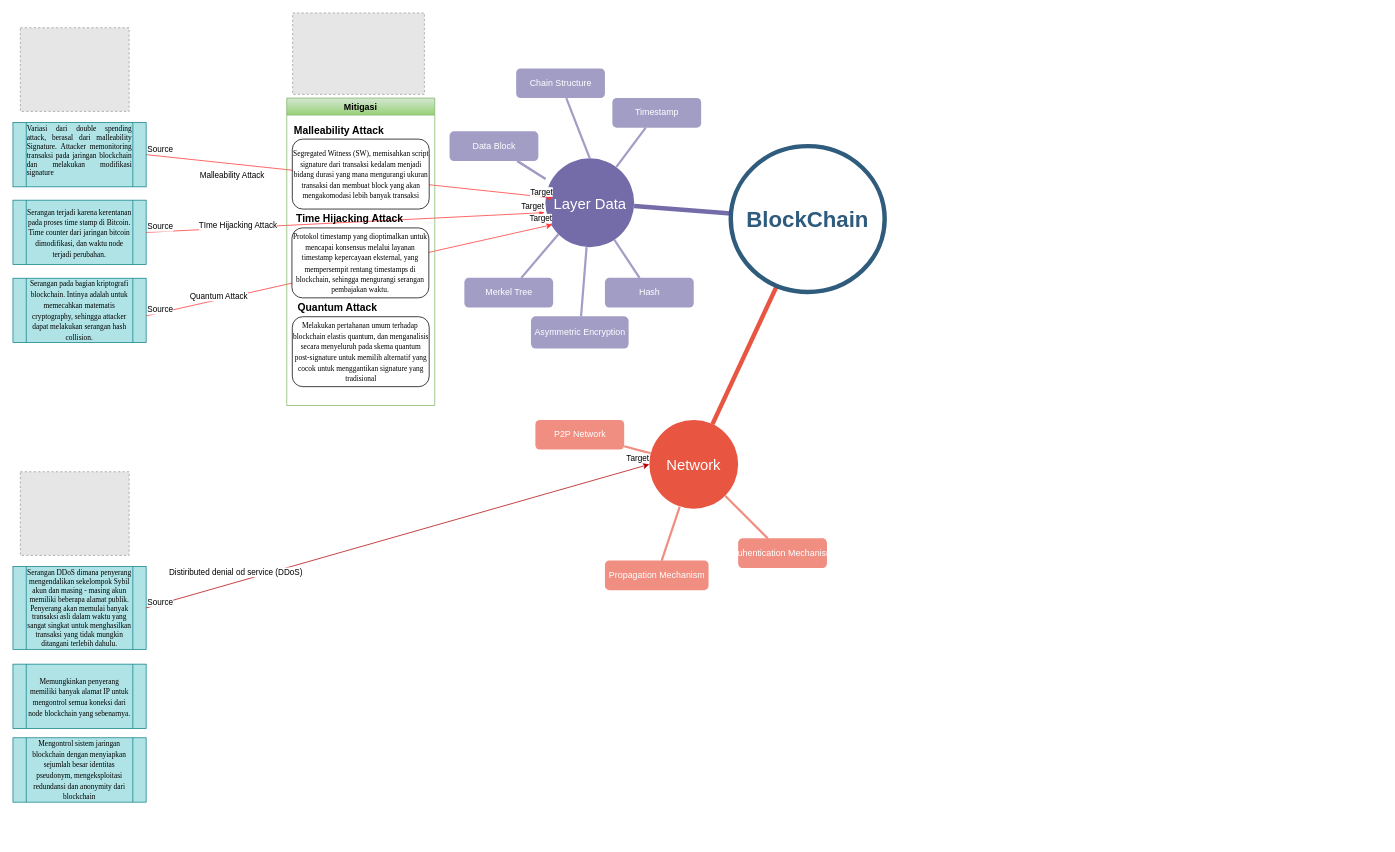
Before: Untitled Diagram.drawio in kaliadi/proyek-ku, a draw.io diagram. Source tidied: cells renumbered, new cells numbered last; positions are measured from the earlier drawing's top-left corner, leaving out a move shared by most shapes. Both pictures are drawn from the tidied source at 74%, with x=0, y=0 at pixel (13, 13). Pictures stored in the file or linked from it are replaced by grey dashed boxes.
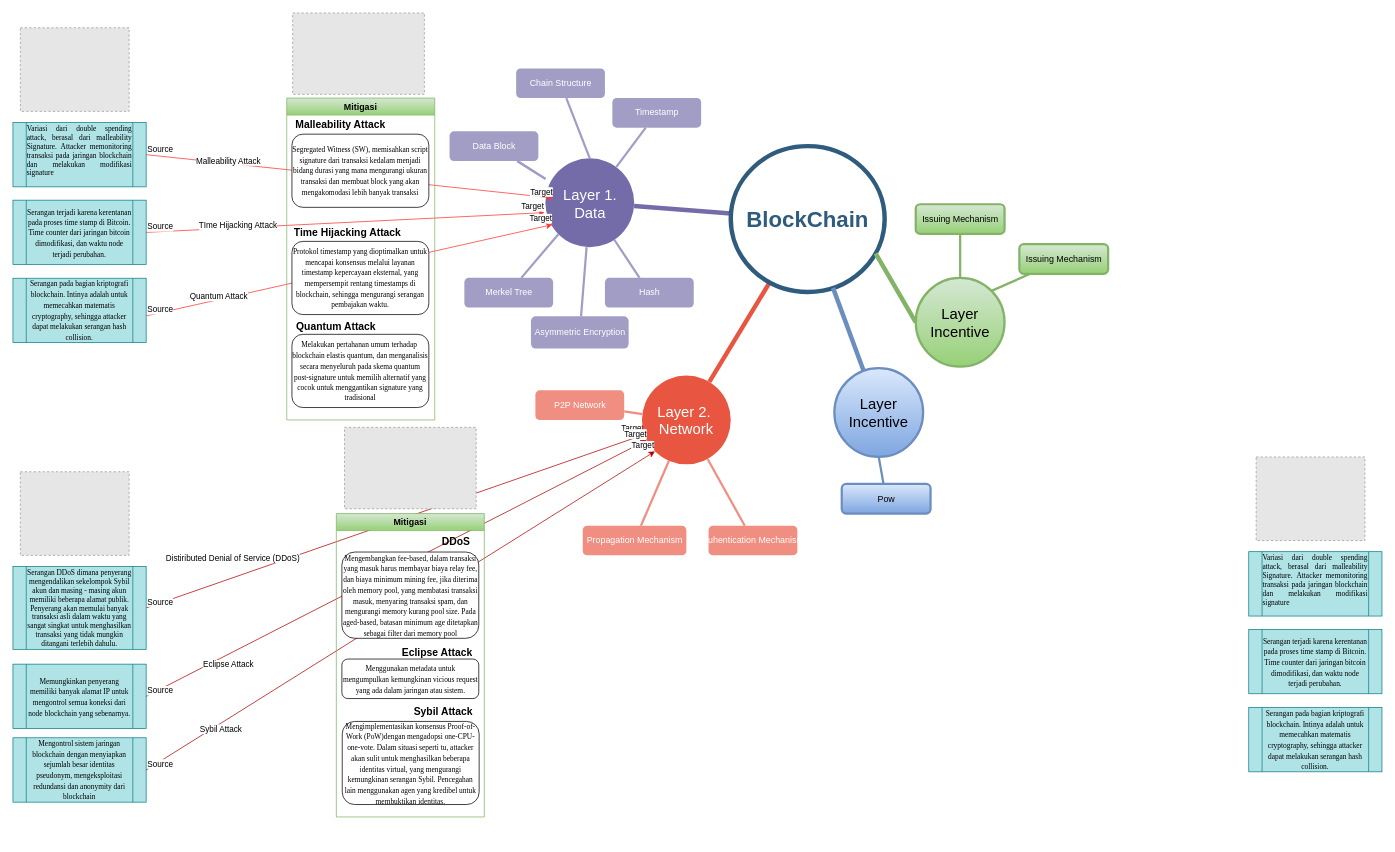
The same page after the edit.

The change refers to these unchanged cells:
```xml
<mxCell id="11" value="BlockChain" style="ellipse;whiteSpace=wrap;html=1;shadow=0;fontFamily=Helvetica;fontSize=30;fontColor=#2F5B7C;align=center;strokeColor=#2F5B7C;strokeWidth=6;fillColor=#FFFFFF;fontStyle=1;gradientColor=none;" parent="1" vertex="1">
  <mxGeometry x="970" y="180" width="208" height="197" as="geometry" />
</mxCell>
<mxCell id="29" style="endArrow=classic;html=1;strokeColor=#FF3333;exitX=1;exitY=0.5;exitDx=0;exitDy=0;" parent="1" edge="1" source="33">
  <mxGeometry relative="1" as="geometry">
    <mxPoint x="730" y="250" as="targetPoint" />
  </mxGeometry>
</mxCell>
<mxCell id="51" value="&lt;span id=&quot;docs-internal-guid-0d19b27f-7fff-0889-1366-a6ae2fad23b2&quot; style=&quot;font-size: 10px&quot;&gt;&lt;div&gt;&lt;span style=&quot;font-family: &amp;#34;times new roman&amp;#34; ; background-color: transparent ; vertical-align: baseline&quot;&gt;&lt;span id=&quot;docs-internal-guid-dea81bc1-7fff-76b8-9d64-0ad50f818ed4&quot;&gt;&lt;span style=&quot;font-family: &amp;#34;times new roman&amp;#34; ; background-color: transparent ; vertical-align: baseline&quot;&gt;Serangan DDoS dimana penyerang mengendalikan sekelompok Sybil akun dan masing - masing akun memiliki beberapa alamat publik. Penyerang akan memulai banyak transaksi asli dalam waktu yang sangat singkat untuk menghasilkan transaksi yang tidak mungkin ditangani terlebih dahulu.&lt;/span&gt;&lt;/span&gt;&lt;br&gt;&lt;/span&gt;&lt;/div&gt;&lt;/span&gt;" style="shape=process;whiteSpace=wrap;html=1;backgroundOutline=1;fillColor=#b0e3e6;strokeColor=#0e8088;" parent="1" vertex="1">
  <mxGeometry y="748" width="180" height="112" as="geometry" />
</mxCell>
<mxCell id="52" value="&lt;span id=&quot;docs-internal-guid-0d19b27f-7fff-0889-1366-a6ae2fad23b2&quot;&gt;&lt;div&gt;&lt;span style=&quot;font-family: &amp;#34;times new roman&amp;#34; ; background-color: transparent ; vertical-align: baseline&quot;&gt;&lt;span id=&quot;docs-internal-guid-0fef3588-7fff-7373-37cb-0629d0d6a332&quot;&gt;&lt;span style=&quot;font-size: 10px ; font-family: &amp;#34;times new roman&amp;#34; ; background-color: transparent ; vertical-align: baseline&quot;&gt;Memungkinkan penyerang memiliki banyak alamat IP untuk mengontrol semua koneksi dari node blockchain yang sebenarnya.&lt;/span&gt;&lt;/span&gt;&lt;br&gt;&lt;/span&gt;&lt;/div&gt;&lt;/span&gt;" style="shape=process;whiteSpace=wrap;html=1;backgroundOutline=1;fillColor=#b0e3e6;strokeColor=#0e8088;" parent="1" vertex="1">
  <mxGeometry y="880" width="180" height="87" as="geometry" />
</mxCell>
```

What changed in the source:
```diff
@@
+    <mxCell id="54" style="endArrow=classic;html=1;exitX=1;exitY=0.5;exitDx=0;exitDy=0;fillColor=#e51400;strokeColor=#B20000;" parent="1" edge="1" source="51" target="2">
+      <mxGeometry relative="1" as="geometry" />
+    </mxCell>
+    <mxCell id="55" value="Distiributed Denial of Service (DDoS)" style="edgeLabel;html=1;align=center;verticalAlign=middle;" parent="54" vertex="1">
+      <mxGeometry relative="1" as="geometry">
+        <mxPoint x="-220" y="49" as="offset" />
+      </mxGeometry>
+    </mxCell>
+    <mxCell id="56" value="Source" style="edgeLabel;html=1;align=left;verticalAlign=bottom;" parent="54" vertex="1">
+      <mxGeometry x="-1" relative="1" as="geometry" />
+    </mxCell>
+    <mxCell id="57" value="Target" style="edgeLabel;html=1;align=right;verticalAlign=bottom;" parent="54" vertex="1">
+      <mxGeometry x="1" relative="1" as="geometry" />
+    </mxCell>
-    <mxCell id="2" value="Network" style="ellipse;whiteSpace=wrap;html=1;shadow=0;fontFamily=Helvetica;fontSize=20;fontColor=#FFFFFF;align=center;strokeWidth=3;fillColor=#E85642;strokeColor=none;" parent="1" vertex="1">
-      <mxGeometry x="860" y="550" width="120" height="120" as="geometry" />
+    <mxCell id="2" value="Layer 2.&amp;nbsp; Network" style="ellipse;whiteSpace=wrap;html=1;shadow=0;fontFamily=Helvetica;fontSize=20;fontColor=#FFFFFF;align=center;strokeWidth=3;fillColor=#E85642;strokeColor=none;" parent="1" vertex="1">
+      <mxGeometry x="850" y="490" width="120" height="120" as="geometry" />
     </mxCell>
@@
     <mxCell id="5" value="P2P Network" style="rounded=1;fillColor=#f08e81;strokeColor=none;strokeWidth=3;shadow=0;html=1;fontColor=#FFFFFF;" parent="1" vertex="1">
-      <mxGeometry x="706" y="550" width="120" height="40" as="geometry" />
+      <mxGeometry x="706" y="510" width="120" height="40" as="geometry" />
     </mxCell>
     <mxCell id="6" value="Propagation Mechanism" style="rounded=1;fillColor=#f08e81;strokeColor=none;strokeWidth=3;shadow=0;html=1;fontColor=#FFFFFF;" parent="1" vertex="1">
-      <mxGeometry x="800" y="740" width="140" height="40" as="geometry" />
+      <mxGeometry x="770" y="693" width="140" height="40" as="geometry" />
     </mxCell>
     <mxCell id="7" value="Auhentication Mechanism" style="rounded=1;fillColor=#f08e81;strokeColor=none;strokeWidth=3;shadow=0;html=1;fontColor=#FFFFFF;" parent="1" vertex="1">
-      <mxGeometry x="980" y="710" width="120" height="40" as="geometry" />
+      <mxGeometry x="940" y="693" width="120" height="40" as="geometry" />
     </mxCell>
@@
-    <mxCell id="12" value="Layer Data" style="ellipse;whiteSpace=wrap;html=1;shadow=0;fontFamily=Helvetica;fontSize=20;fontColor=#FFFFFF;align=center;strokeWidth=3;fillColor=#736ca8;strokeColor=none;" parent="1" vertex="1">
+    <mxCell id="12" value="Layer 1. Data" style="ellipse;whiteSpace=wrap;html=1;shadow=0;fontFamily=Helvetica;fontSize=20;fontColor=#FFFFFF;align=center;strokeWidth=3;fillColor=#736ca8;strokeColor=none;" parent="1" vertex="1">
       <mxGeometry x="719.5" y="196.5" width="120" height="120" as="geometry" />
     </mxCell>
@@
     <mxCell id="30" value="Malleability Attack" style="edgeLabel;html=1;align=center;verticalAlign=middle;" parent="29" vertex="1">
       <mxGeometry relative="1" as="geometry">
-        <mxPoint x="-160" y="-1" as="offset" />
+        <mxPoint x="-165" y="-21" as="offset" />
       </mxGeometry>
     </mxCell>
@@
     <mxCell id="42" style="group;" parent="1" vertex="1">
-      <mxGeometry x="370" y="115" width="200" height="415.5" as="geometry" />
+      <mxGeometry x="370" y="115" width="200" height="435" as="geometry" />
     </mxCell>
     <mxCell id="43" value="Mitigasi" style="swimlane;gradientColor=#97d077;fillColor=#d5e8d4;strokeColor=#82b366;" parent="42" vertex="1">
-      <mxGeometry width="200" height="415.5" as="geometry" />
+      <mxGeometry width="200" height="435" as="geometry" />
     </mxCell>
     <mxCell id="44" value="&lt;h1 style=&quot;font-size: 14px&quot;&gt;&lt;font style=&quot;font-size: 14px&quot;&gt;Malleability Attack&lt;/font&gt;&lt;/h1&gt;&lt;span id=&quot;docs-internal-guid-c426cb94-7fff-e916-825a-8c1aacd83006&quot;&gt;&lt;div dir=&quot;ltr&quot; style=&quot;margin-left: -5.4pt&quot; align=&quot;left&quot;&gt;&lt;br&gt;&lt;/div&gt;&lt;/span&gt;" style="text;html=1;strokeColor=none;fillColor=none;spacing=5;spacingTop=-20;whiteSpace=wrap;overflow=hidden;rounded=0;" parent="43" vertex="1">
-      <mxGeometry x="5" y="37.2" width="155" height="22.8" as="geometry" />
+      <mxGeometry x="7" y="29" width="155" height="23.8" as="geometry" />
     </mxCell>
     <mxCell id="45" value="&lt;span style=&quot;font-family: &amp;#34;times new roman&amp;#34; ; font-size: 10px ; text-align: -webkit-left&quot;&gt;Protokol timestamp yang dioptimalkan untuk mencapai konsensus melalui layanan timestamp kepercayaan eksternal, yang mempersempit rentang timestamps di blockchain, sehingga mengurangi serangan pembajakan waktu.&lt;/span&gt;" style="rounded=1;whiteSpace=wrap;html=1;strokeColor=#000000;" parent="43" vertex="1">
-      <mxGeometry x="7" y="175.5" width="185" height="94.5" as="geometry" />
+      <mxGeometry x="7" y="193.7" width="185" height="98.9" as="geometry" />
     </mxCell>
     <mxCell id="46" value="&lt;span id=&quot;docs-internal-guid-221f1a6f-7fff-bea1-56ad-763be8773e35&quot;&gt;&lt;span style=&quot;font-family: &amp;#34;times new roman&amp;#34; ; background-color: transparent ; vertical-align: baseline ; font-size: 10px&quot;&gt;Segregated Witness (SW), memisahkan script signature dari transaksi kedalam menjadi bidang durasi yang mana mengurangi ukuran transaksi dan membuat block yang akan mengakomodasi lebih banyak transaksi&lt;/span&gt;&lt;/span&gt;" style="rounded=1;whiteSpace=wrap;html=1;strokeColor=#000000;" parent="43" vertex="1">
-      <mxGeometry x="7.5" y="55.5" width="185" height="94.5" as="geometry" />
+      <mxGeometry x="7" y="48.8" width="185" height="98.9" as="geometry" />
     </mxCell>
     <mxCell id="47" value="&lt;span id=&quot;docs-internal-guid-78a640e3-7fff-aaf3-df59-875472851086&quot;&gt;&lt;span style=&quot;font-family: &amp;#34;times new roman&amp;#34; ; background-color: transparent ; vertical-align: baseline ; font-size: 10px&quot;&gt;Melakukan pertahanan umum terhadap&amp;nbsp; blockchain elastis quantum, dan menganalisis secara menyeluruh pada skema quantum post-signature untuk memilih alternatif yang cocok untuk menggantikan signature yang tradisional &lt;/span&gt;&lt;/span&gt;" style="rounded=1;whiteSpace=wrap;html=1;strokeColor=#000000;" parent="43" vertex="1">
-      <mxGeometry x="7.5" y="295.5" width="185" height="94.5" as="geometry" />
+      <mxGeometry x="7" y="319.3" width="185" height="98.9" as="geometry" />
     </mxCell>
     <mxCell id="48" value="&lt;h1 style=&quot;font-size: 14px&quot;&gt;Quantum Attack&lt;/h1&gt;" style="text;html=1;strokeColor=none;fillColor=none;spacing=5;spacingTop=-20;whiteSpace=wrap;overflow=hidden;rounded=0;" parent="43" vertex="1">
-      <mxGeometry x="10" y="275.5" width="155" height="22.8" as="geometry" />
+      <mxGeometry x="7.5" y="301.8" width="155" height="23.8" as="geometry" />
     </mxCell>
-    <mxCell id="49" value="&lt;h1 style=&quot;font-size: 14px&quot;&gt;Time Hijacking Attack&lt;/h1&gt;" style="text;html=1;strokeColor=none;fillColor=none;spacing=5;spacingTop=-20;whiteSpace=wrap;overflow=hidden;rounded=0;" parent="42" vertex="1">
-      <mxGeometry x="7.5" y="155.5" width="155" height="22.8" as="geometry" />
+    <mxCell id="49" value="&lt;h1 style=&quot;font-size: 14px&quot;&gt;Time Hijacking Attack&lt;/h1&gt;" style="text;html=1;strokeColor=none;fillColor=none;spacing=5;spacingTop=-20;whiteSpace=wrap;overflow=hidden;rounded=0;" parent="43" vertex="1">
+      <mxGeometry x="5" y="175" width="155" height="23.8" as="geometry" />
     </mxCell>
@@
-    <mxCell id="54" style="endArrow=classic;html=1;exitX=1;exitY=0.5;exitDx=0;exitDy=0;fillColor=#e51400;strokeColor=#B20000;" parent="1" edge="1" source="51">
-      <mxGeometry relative="1" as="geometry">
-        <mxPoint x="860" y="610" as="targetPoint" />
-      </mxGeometry>
-    </mxCell>
-    <mxCell id="55" value="Distiributed denial od service (DDoS)" style="edgeLabel;html=1;align=center;verticalAlign=middle;" parent="54" vertex="1">
-      <mxGeometry relative="1" as="geometry">
-        <mxPoint x="-220" y="49" as="offset" />
-      </mxGeometry>
-    </mxCell>
-    <mxCell id="56" value="Source" style="edgeLabel;html=1;align=left;verticalAlign=bottom;" parent="54" vertex="1">
-      <mxGeometry x="-1" relative="1" as="geometry" />
-    </mxCell>
-    <mxCell id="57" value="Target" style="edgeLabel;html=1;align=right;verticalAlign=bottom;" parent="54" vertex="1">
-      <mxGeometry x="1" relative="1" as="geometry" />
-    </mxCell>
+    <mxCell id="58" style="endArrow=classic;html=1;exitX=1;exitY=0.5;exitDx=0;exitDy=0;fillColor=#e51400;strokeColor=#B20000;" parent="1" edge="1" source="52" target="2">
+      <mxGeometry relative="1" as="geometry" />
+    </mxCell>
+    <mxCell id="59" value="Source" style="edgeLabel;html=1;align=left;verticalAlign=bottom;" parent="58" vertex="1">
+      <mxGeometry x="-1" relative="1" as="geometry" />
+    </mxCell>
+    <mxCell id="60" value="Target" style="edgeLabel;html=1;align=right;verticalAlign=bottom;" parent="58" vertex="1">
+      <mxGeometry x="1" relative="1" as="geometry" />
+    </mxCell>
+    <mxCell id="61" value="Eclipse Attack" style="edgeLabel;html=1;align=center;verticalAlign=middle;" parent="1" vertex="1">
+      <mxGeometry x="290" y="880" as="geometry" />
+    </mxCell>
+    <mxCell id="62" style="endArrow=classic;html=1;exitX=1;exitY=0.5;exitDx=0;exitDy=0;fillColor=#e51400;strokeColor=#B20000;entryX=0;entryY=1;entryDx=0;entryDy=0;" parent="1" edge="1" target="2">
+      <mxGeometry relative="1" as="geometry">
+        <mxPoint x="180" y="1023.1" as="sourcePoint" />
+      </mxGeometry>
+    </mxCell>
+    <mxCell id="63" value="Source" style="edgeLabel;html=1;align=left;verticalAlign=bottom;" parent="62" vertex="1">
+      <mxGeometry x="-1" relative="1" as="geometry" />
+    </mxCell>
+    <mxCell id="64" value="Target" style="edgeLabel;html=1;align=right;verticalAlign=bottom;" parent="62" vertex="1">
+      <mxGeometry x="1" relative="1" as="geometry" />
+    </mxCell>
+    <mxCell id="65" value="Sybil Attack" style="edgeLabel;html=1;align=center;verticalAlign=middle;" parent="1" vertex="1">
+      <mxGeometry x="280" y="967" as="geometry" />
+    </mxCell>
+    <mxCell id="66" style="fillColor=#E6E6E6;strokeColor=#999999;dashed=1;verticalLabelPosition=bottom;labelBackgroundColor=#ffffff;verticalAlign=top;" parent="1" vertex="1">
+      <mxGeometry x="448" y="560" width="178" height="110" as="geometry" />
+    </mxCell>
+    <mxCell id="67" value="Layer Incentive" style="ellipse;whiteSpace=wrap;html=1;shadow=0;fontFamily=Helvetica;fontSize=20;align=center;strokeWidth=3;fillColor=#d5e8d4;strokeColor=#82b366;gradientColor=#97d077;" parent="1" vertex="1">
+      <mxGeometry x="1220" y="358" width="120" height="120" as="geometry" />
+    </mxCell>
+    <mxCell id="68" value="Issuing Mechanism" style="rounded=1;fillColor=#d5e8d4;strokeColor=#82b366;strokeWidth=3;shadow=0;html=1;gradientColor=#97d077;" parent="1" vertex="1">
+      <mxGeometry x="1220" y="258.5" width="120" height="40" as="geometry" />
+    </mxCell>
+    <mxCell id="69" value="Issuing Mechanism" style="rounded=1;fillColor=#d5e8d4;strokeColor=#82b366;strokeWidth=3;shadow=0;html=1;gradientColor=#97d077;" parent="1" vertex="1">
+      <mxGeometry x="1360" y="312.5" width="120" height="40" as="geometry" />
+    </mxCell>
+    <mxCell id="70" style="edgeStyle=none;endArrow=none;strokeWidth=3;strokeColor=#82b366;html=1;exitX=0.5;exitY=0;exitDx=0;exitDy=0;gradientColor=#97d077;fillColor=#d5e8d4;" parent="1" edge="1" source="67" target="68">
+      <mxGeometry x="-807" y="-778.5" as="geometry" />
+    </mxCell>
+    <mxCell id="71" style="edgeStyle=none;endArrow=none;strokeWidth=3;strokeColor=#82b366;html=1;startArrow=none;exitX=1;exitY=0;exitDx=0;exitDy=0;gradientColor=#97d077;fillColor=#d5e8d4;" parent="1" edge="1" source="67" target="69">
+      <mxGeometry x="-807" y="-778.5" as="geometry" />
+    </mxCell>
+    <mxCell id="72" style="edgeStyle=none;endArrow=none;strokeWidth=6;strokeColor=#82b366;html=1;exitX=0;exitY=0.5;exitDx=0;exitDy=0;gradientColor=#97d077;fillColor=#d5e8d4;entryX=0.941;entryY=0.735;entryDx=0;entryDy=0;entryPerimeter=0;" parent="1" edge="1" source="67" target="11">
+      <mxGeometry x="-479" y="-23.5" as="geometry" />
+    </mxCell>
+    <mxCell id="73" value="Layer Incentive" style="ellipse;whiteSpace=wrap;html=1;shadow=0;fontFamily=Helvetica;fontSize=20;align=center;strokeWidth=3;fillColor=#dae8fc;strokeColor=#6c8ebf;gradientColor=#7ea6e0;" parent="1" vertex="1">
+      <mxGeometry x="1110" y="480" width="120" height="120" as="geometry" />
+    </mxCell>
+    <mxCell id="74" value="Pow" style="rounded=1;fillColor=#dae8fc;strokeColor=#6c8ebf;strokeWidth=3;shadow=0;html=1;gradientColor=#7ea6e0;" parent="1" vertex="1">
+      <mxGeometry x="1120" y="636.5" width="120" height="40" as="geometry" />
+    </mxCell>
+    <mxCell id="75" style="edgeStyle=none;endArrow=none;strokeWidth=3;strokeColor=#6c8ebf;html=1;exitX=0.5;exitY=1;exitDx=0;exitDy=0;gradientColor=#7ea6e0;fillColor=#dae8fc;" parent="1" edge="1" source="73" target="74">
+      <mxGeometry x="-835.4" y="-376.5" as="geometry" />
+    </mxCell>
+    <mxCell id="76" style="edgeStyle=none;endArrow=none;strokeWidth=6;strokeColor=#6c8ebf;html=1;gradientColor=#7ea6e0;fillColor=#dae8fc;" parent="1" edge="1" source="73" target="11">
+      <mxGeometry x="-507.4" y="378.5" as="geometry" />
+    </mxCell>
+    <mxCell id="77" style="fillColor=#E6E6E6;strokeColor=#999999;dashed=1;verticalLabelPosition=bottom;labelBackgroundColor=#ffffff;verticalAlign=top;" parent="1" vertex="1">
+      <mxGeometry x="1680" y="600" width="147" height="113" as="geometry" />
+    </mxCell>
+    <mxCell id="78" value="&lt;span id=&quot;docs-internal-guid-0d19b27f-7fff-0889-1366-a6ae2fad23b2&quot; style=&quot;font-size: 10px&quot;&gt;&lt;p dir=&quot;ltr&quot; style=&quot;line-height: 1.2 ; text-align: justify ; margin-top: 0pt ; margin-bottom: 0pt&quot;&gt;&lt;span style=&quot;font-family: &amp;#34;times new roman&amp;#34; ; background-color: transparent ; vertical-align: baseline&quot;&gt;Variasi dari double spending attack, berasal dari malleability Signature.&amp;nbsp;&lt;/span&gt;&lt;span style=&quot;background-color: transparent ; font-family: &amp;#34;times new roman&amp;#34;&quot;&gt;Attacker memonitoring transaksi pada jaringan blockchain dan melakukan modifikasi signature&lt;/span&gt;&lt;/p&gt;&lt;div&gt;&lt;span style=&quot;font-family: &amp;#34;times new roman&amp;#34; ; background-color: transparent ; vertical-align: baseline&quot;&gt;&lt;br&gt;&lt;/span&gt;&lt;/div&gt;&lt;/span&gt;" style="shape=process;whiteSpace=wrap;html=1;backgroundOutline=1;fillColor=#b0e3e6;strokeColor=#0e8088;" parent="1" vertex="1">
+      <mxGeometry x="1670" y="728" width="180" height="87" as="geometry" />
+    </mxCell>
+    <mxCell id="79" value="&lt;span id=&quot;docs-internal-guid-0d19b27f-7fff-0889-1366-a6ae2fad23b2&quot;&gt;&lt;div&gt;&lt;span style=&quot;font-family: &amp;#34;times new roman&amp;#34; ; background-color: transparent ; vertical-align: baseline&quot;&gt;&lt;span id=&quot;docs-internal-guid-94ca0ddd-7fff-8302-f4f2-6ba9923d675f&quot;&gt;&lt;span style=&quot;font-family: &amp;#34;times new roman&amp;#34; ; background-color: transparent ; vertical-align: baseline&quot;&gt;&lt;font style=&quot;font-size: 10px&quot;&gt;Serangan terjadi karena kerentanan pada proses time stamp di Bitcoin. Time counter dari jaringan bitcoin dimodifikasi, dan waktu node terjadi perubahan.&lt;/font&gt;&lt;/span&gt;&lt;/span&gt;&lt;br&gt;&lt;/span&gt;&lt;/div&gt;&lt;/span&gt;" style="shape=process;whiteSpace=wrap;html=1;backgroundOutline=1;fillColor=#b0e3e6;strokeColor=#0e8088;" parent="1" vertex="1">
+      <mxGeometry x="1670" y="833" width="180" height="87" as="geometry" />
+    </mxCell>
+    <mxCell id="80" value="&lt;span id=&quot;docs-internal-guid-0d19b27f-7fff-0889-1366-a6ae2fad23b2&quot;&gt;&lt;div&gt;&lt;span style=&quot;font-family: &amp;#34;times new roman&amp;#34; ; background-color: transparent ; vertical-align: baseline&quot;&gt;&lt;span id=&quot;docs-internal-guid-e5b14e15-7fff-2c03-3a17-2195841fb098&quot;&gt;&lt;span style=&quot;font-family: &amp;#34;times new roman&amp;#34; ; background-color: transparent ; vertical-align: baseline ; font-size: 10px&quot;&gt;Serangan pada bagian kriptografi blockchain. Intinya adalah untuk memecahkan matematis cryptography, sehingga attacker dapat melakukan serangan hash collision.&lt;/span&gt;&lt;/span&gt;&lt;br&gt;&lt;/span&gt;&lt;/div&gt;&lt;/span&gt;" style="shape=process;whiteSpace=wrap;html=1;backgroundOutline=1;fillColor=#b0e3e6;strokeColor=#0e8088;" parent="1" vertex="1">
+      <mxGeometry x="1670" y="938.5" width="180" height="87" as="geometry" />
+    </mxCell>
+    <mxCell id="81" style="group;rounded=1;" parent="1" vertex="1">
+      <mxGeometry x="437" y="676.5" width="200" height="440" as="geometry" />
+    </mxCell>
+    <mxCell id="82" value="Mitigasi" style="swimlane;gradientColor=#97d077;fillColor=#d5e8d4;strokeColor=#82b366;" parent="81" vertex="1">
+      <mxGeometry width="200" height="410" as="geometry" />
+    </mxCell>
+    <mxCell id="83" value="&lt;span id=&quot;docs-internal-guid-fda63002-7fff-8bb6-9dd5-6bf44e95fc09&quot;&gt;&lt;span style=&quot;font-family: &amp;#34;times new roman&amp;#34; ; background-color: transparent ; vertical-align: baseline&quot;&gt;&lt;font style=&quot;font-size: 10px&quot;&gt;Menggunakan metadata untuk mengumpulkan kemungkinan vicious request yang ada dalam jaringan atau sistem.&lt;/font&gt;&lt;/span&gt;&lt;/span&gt;" style="rounded=1;whiteSpace=wrap;html=1;strokeColor=#000000;" parent="82" vertex="1">
+      <mxGeometry x="7.5" y="196.6" width="185" height="53.4" as="geometry" />
+    </mxCell>
+    <mxCell id="84" value="&lt;span id=&quot;docs-internal-guid-3cc3eb90-7fff-6530-111a-4b1401c2e623&quot;&gt;&lt;span style=&quot;font-family: &amp;#34;times new roman&amp;#34; ; background-color: transparent ; vertical-align: baseline&quot;&gt;&lt;font style=&quot;font-size: 10px&quot;&gt;Mengembangkan fee-based, dalam transaksi yang masuk harus membayar biaya relay fee, dan biaya minimum mining fee, jika diterima oleh memory pool, yang membatasi transaksi masuk, menyaring transaksi spam, dan mengurangi memory kurang pool size. Pada aged-based, batasan minimum age ditetapkan sebagai filter dari memory pool &lt;/font&gt;&lt;/span&gt;&lt;/span&gt;" style="rounded=1;whiteSpace=wrap;html=1;strokeColor=#000000;" parent="82" vertex="1">
+      <mxGeometry x="7.5" y="52" width="185" height="116.6" as="geometry" />
+    </mxCell>
+    <mxCell id="85" value="&lt;span id=&quot;docs-internal-guid-e55f40a9-7fff-1805-650b-56c3486f0ce5&quot;&gt;&lt;span style=&quot;font-family: &amp;#34;times new roman&amp;#34; ; background-color: transparent ; vertical-align: baseline&quot;&gt;&lt;font style=&quot;font-size: 10px&quot;&gt;Mengimplementasikan konsensus Proof-of-Work (PoW)dengan mengadopsi one-CPU-one-vote. Dalam situasi seperti tu, attacker akan sulit untuk menghasilkan beberapa identitas virtual, yang mengurangi kemungkinan serangan Sybil. Pencegahan lain menggunakan agen yang kredibel untuk membuktikan identitas.&lt;/font&gt;&lt;/span&gt;&lt;/span&gt;" style="rounded=1;whiteSpace=wrap;html=1;strokeColor=#000000;" parent="82" vertex="1">
+      <mxGeometry x="8" y="280.9" width="185" height="112.3" as="geometry" />
+    </mxCell>
+    <mxCell id="86" value="&lt;h1 style=&quot;font-size: 14px&quot;&gt;Eclipse Attack&lt;/h1&gt;" style="text;html=1;strokeColor=none;fillColor=none;spacing=5;spacingTop=-20;whiteSpace=wrap;overflow=hidden;rounded=0;" parent="82" vertex="1">
+      <mxGeometry x="84" y="180" width="112" height="22.1" as="geometry" />
+    </mxCell>
+    <mxCell id="87" value="&lt;h1 style=&quot;font-size: 14px&quot;&gt;Sybil Attack&lt;/h1&gt;" style="text;html=1;strokeColor=none;fillColor=none;spacing=5;spacingTop=-20;whiteSpace=wrap;overflow=hidden;rounded=0;" parent="82" vertex="1">
+      <mxGeometry x="100" y="260" width="90" height="21.3" as="geometry" />
+    </mxCell>
+    <mxCell id="88" value="&lt;h1 style=&quot;font-size: 14px&quot;&gt;DDoS&lt;/h1&gt;" style="text;html=1;strokeColor=none;fillColor=none;spacing=5;spacingTop=-20;whiteSpace=wrap;overflow=hidden;rounded=0;" parent="82" vertex="1">
+      <mxGeometry x="138" y="30.7" width="47" height="21.3" as="geometry" />
+    </mxCell>
```
